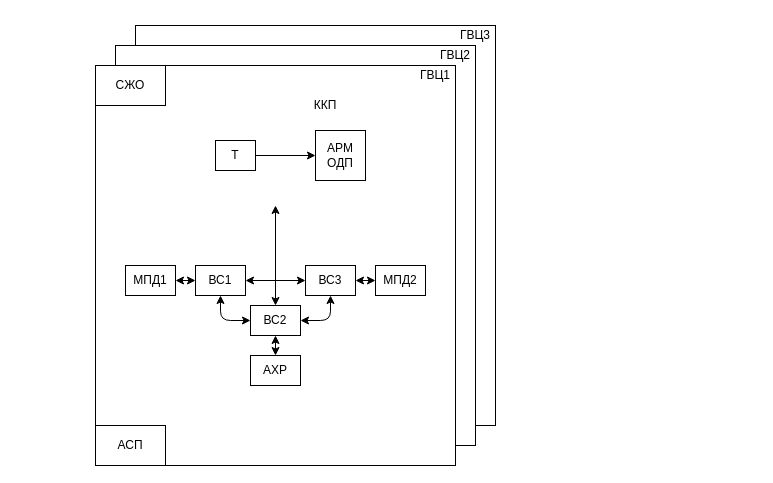
This is Untitled Diagram.drawio from polina-shimolina/open_image, a draw.io file, before an edit. Source tidied: cells renumbered, new cells numbered last; positions are measured from the earlier drawing's top-left corner, leaving out a move shared by most shapes. Both pictures are drawn from the tidied source at 100%, with x=0, y=0 at pixel (95, 25).
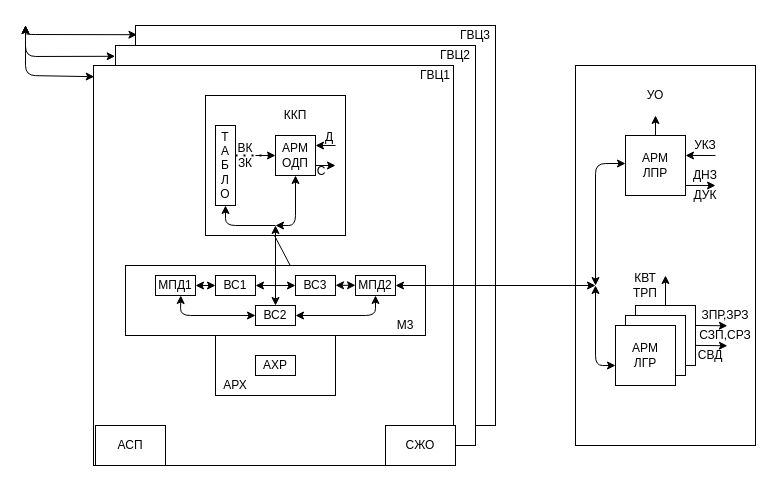
Above is the later version.

The change refers to these unchanged cells:
```xml
<mxCell id="2" style="rounded=0;whiteSpace=wrap;html=1;" parent="1" vertex="1">
  <mxGeometry x="40" width="360" height="400" as="geometry" />
</mxCell>
<mxCell id="3" style="rounded=0;whiteSpace=wrap;html=1;" parent="1" vertex="1">
  <mxGeometry x="20" y="20" width="360" height="400" as="geometry" />
</mxCell>
```

Change to the diagram source:
```diff
@@
     <mxCell id="4" style="rounded=0;whiteSpace=wrap;html=1;" parent="1" vertex="1">
-      <mxGeometry y="40" width="360" height="400" as="geometry" />
+      <mxGeometry x="-2" y="40" width="360" height="400" as="geometry" />
     </mxCell>
@@
     <mxCell id="9" value="СЖО" style="rounded=0;whiteSpace=wrap;html=1;" parent="1" vertex="1">
-      <mxGeometry y="40" width="70" height="40" as="geometry" />
+      <mxGeometry x="290" y="400" width="70" height="40" as="geometry" />
     </mxCell>
-    <mxCell id="10" style="edgeStyle=orthogonalEdgeStyle;rounded=0;jettySize=auto;html=1;" parent="1" edge="1" source="11" target="12">
-      <mxGeometry relative="1" as="geometry" />
-    </mxCell>
-    <mxCell id="11" value="Т" style="rounded=0;whiteSpace=wrap;html=1;" parent="1" vertex="1">
-      <mxGeometry x="120" y="115" width="40" height="30" as="geometry" />
-    </mxCell>
+    <mxCell id="20" style="endArrow=classic;startArrow=classic;html=1;entryX=0;entryY=0.5;entryDx=0;entryDy=0;entryPerimeter=0;exitX=1;exitY=0.5;exitDx=0;exitDy=0;exitPerimeter=0;" parent="1" edge="1">
+      <mxGeometry relative="1" as="geometry">
+        <mxPoint x="150" y="155" as="sourcePoint" />
+        <mxPoint x="200" y="250" as="targetPoint" />
+      </mxGeometry>
+    </mxCell>
+    <mxCell id="27" style="rounded=0;whiteSpace=wrap;html=1;" parent="1" vertex="1">
+      <mxGeometry x="110" y="70" width="140" height="140" as="geometry" />
+    </mxCell>
+    <mxCell id="28" style="rounded=0;whiteSpace=wrap;html=1;" parent="1" vertex="1">
+      <mxGeometry x="30" y="240" width="300" height="70" as="geometry" />
+    </mxCell>
+    <mxCell id="29" style="rounded=0;whiteSpace=wrap;html=1;" parent="1" vertex="1">
+      <mxGeometry x="120" y="310" width="120" height="60" as="geometry" />
+    </mxCell>
+    <mxCell id="30" value="Т&lt;br&gt;А&lt;br&gt;Б&lt;br&gt;Л&lt;br&gt;О" style="rounded=0;whiteSpace=wrap;html=1;" parent="1" vertex="1">
+      <mxGeometry x="120" y="100" width="20" height="80" as="geometry" />
+    </mxCell>
     <mxCell id="12" value="АРМ&lt;br&gt;ОДП" style="whiteSpace=wrap;html=1;" parent="1" vertex="1">
-      <mxGeometry x="220" y="105" width="50" height="50" as="geometry" />
+      <mxGeometry x="180" y="110" width="40" height="40" as="geometry" />
     </mxCell>
     <mxCell id="13" value="МПД1" style="rounded=0;whiteSpace=wrap;html=1;" parent="1" vertex="1">
-      <mxGeometry x="30" y="240" width="50" height="30" as="geometry" />
+      <mxGeometry x="60" y="250" width="40" height="20" as="geometry" />
     </mxCell>
-    <mxCell id="14" value="МПД2" style="rounded=0;whiteSpace=wrap;html=1;" parent="1" vertex="1">
-      <mxGeometry x="280" y="240" width="50" height="30" as="geometry" />
-    </mxCell>
+    <mxCell id="17" value="ВС1" style="rounded=0;whiteSpace=wrap;html=1;" parent="1" vertex="1">
+      <mxGeometry x="120" y="250" width="40" height="20" as="geometry" />
+    </mxCell>
     <mxCell id="15" value="ВС2" style="rounded=0;whiteSpace=wrap;html=1;" parent="1" vertex="1">
-      <mxGeometry x="155" y="280" width="50" height="30" as="geometry" />
+      <mxGeometry x="160" y="280" width="40" height="20" as="geometry" />
     </mxCell>
     <mxCell id="16" value="ВС3" style="rounded=0;whiteSpace=wrap;html=1;" parent="1" vertex="1">
-      <mxGeometry x="210" y="240" width="50" height="30" as="geometry" />
+      <mxGeometry x="200" y="250" width="40" height="20" as="geometry" />
     </mxCell>
-    <mxCell id="17" value="ВС1" style="rounded=0;whiteSpace=wrap;html=1;" parent="1" vertex="1">
-      <mxGeometry x="100" y="240" width="50" height="30" as="geometry" />
-    </mxCell>
+    <mxCell id="14" value="МПД2" style="rounded=0;whiteSpace=wrap;html=1;" parent="1" vertex="1">
+      <mxGeometry x="260" y="250" width="40" height="20" as="geometry" />
+    </mxCell>
     <mxCell id="18" value="АХР" style="rounded=0;whiteSpace=wrap;html=1;" parent="1" vertex="1">
-      <mxGeometry x="155" y="330" width="50" height="30" as="geometry" />
+      <mxGeometry x="160" y="330" width="40" height="20" as="geometry" />
     </mxCell>
-    <mxCell id="19" style="endArrow=classic;startArrow=classic;html=1;entryX=0;entryY=0.5;entryDx=0;entryDy=0;entryPerimeter=0;" parent="1" edge="1" target="17">
-      <mxGeometry relative="1" as="geometry">
-        <mxPoint x="80" y="255" as="sourcePoint" />
-      </mxGeometry>
-    </mxCell>
-    <mxCell id="20" style="endArrow=classic;startArrow=classic;html=1;entryX=0;entryY=0.5;entryDx=0;entryDy=0;entryPerimeter=0;exitX=1;exitY=0.5;exitDx=0;exitDy=0;exitPerimeter=0;" parent="1" edge="1" source="17" target="16">
-      <mxGeometry relative="1" as="geometry" />
-    </mxCell>
-    <mxCell id="21" style="endArrow=classic;startArrow=classic;html=1;exitX=1;exitY=0.5;exitDx=0;exitDy=0;exitPerimeter=0;entryX=0;entryY=0.5;entryDx=0;entryDy=0;entryPerimeter=0;" parent="1" edge="1" source="16" target="14">
-      <mxGeometry relative="1" as="geometry" />
-    </mxCell>
-    <mxCell id="22" style="endArrow=classic;startArrow=classic;html=1;entryX=0.5;entryY=1;entryDx=0;entryDy=0;entryPerimeter=0;exitX=0;exitY=0.5;exitDx=0;exitDy=0;" parent="1" edge="1" source="15" target="17">
-      <mxGeometry relative="1" as="geometry">
-        <Array as="points">
-          <mxPoint x="125" y="295" />
-        </Array>
-      </mxGeometry>
-    </mxCell>
-    <mxCell id="23" style="endArrow=classic;startArrow=classic;html=1;exitX=1;exitY=0.5;exitDx=0;exitDy=0;entryX=0.5;entryY=1;entryDx=0;entryDy=0;" parent="1" edge="1" source="15" target="16">
-      <mxGeometry relative="1" as="geometry">
-        <Array as="points">
-          <mxPoint x="235" y="295" />
-        </Array>
-      </mxGeometry>
-    </mxCell>
-    <mxCell id="24" style="endArrow=classic;startArrow=classic;html=1;exitX=0.5;exitY=0;exitDx=0;exitDy=0;entryX=0.5;entryY=1;entryDx=0;entryDy=0;" parent="1" edge="1" source="18" target="15">
-      <mxGeometry relative="1" as="geometry" />
-    </mxCell>
+    <mxCell id="31" style="endArrow=none;dashed=1;html=1;dashPattern=1 3;strokeWidth=2;exitX=1;exitY=0.375;exitDx=0;exitDy=0;exitPerimeter=0;entryX=0;entryY=0.5;entryDx=0;entryDy=0;entryPerimeter=0;" parent="1" edge="1" source="30" target="12">
+      <mxGeometry relative="1" as="geometry" />
+    </mxCell>
+    <mxCell id="32" style="endArrow=classic;html=1;entryX=0;entryY=0.5;entryDx=0;entryDy=0;" parent="1" edge="1" target="12">
+      <mxGeometry relative="1" as="geometry">
+        <mxPoint x="160" y="130" as="sourcePoint" />
+      </mxGeometry>
+    </mxCell>
+    <mxCell id="33" style="endArrow=classic;html=1;entryX=1;entryY=0.25;entryDx=0;entryDy=0;entryPerimeter=0;" parent="1" edge="1" target="12">
+      <mxGeometry relative="1" as="geometry">
+        <mxPoint x="240" y="120" as="sourcePoint" />
+      </mxGeometry>
+    </mxCell>
+    <mxCell id="34" style="endArrow=classic;html=1;exitX=1;exitY=0.75;exitDx=0;exitDy=0;exitPerimeter=0;" parent="1" edge="1" source="12">
+      <mxGeometry relative="1" as="geometry">
+        <mxPoint x="240" y="140" as="targetPoint" />
+      </mxGeometry>
+    </mxCell>
+    <mxCell id="35" value="ВК&lt;br&gt;ЗК" style="text;html=1;strokeColor=none;fillColor=none;align=center;verticalAlign=middle;whiteSpace=wrap;rounded=0;" parent="1" vertex="1">
+      <mxGeometry x="130" y="120" width="40" height="20" as="geometry" />
+    </mxCell>
     <mxCell id="25" value="ККП" style="text;html=1;strokeColor=none;fillColor=none;align=center;verticalAlign=middle;whiteSpace=wrap;rounded=0;" parent="1" vertex="1">
-      <mxGeometry x="210" y="70" width="40" height="20" as="geometry" />
+      <mxGeometry x="180" y="80" width="40" height="20" as="geometry" />
     </mxCell>
-    <mxCell id="26" style="endArrow=classic;startArrow=classic;html=1;exitX=0.5;exitY=0;exitDx=0;exitDy=0;exitPerimeter=0;" parent="1" edge="1" source="15">
-      <mxGeometry relative="1" as="geometry">
-        <mxPoint x="180" y="180" as="targetPoint" />
-      </mxGeometry>
-    </mxCell>
+    <mxCell id="36" value="С" style="text;html=1;strokeColor=none;fillColor=none;align=center;verticalAlign=middle;whiteSpace=wrap;rounded=0;" parent="1" vertex="1">
+      <mxGeometry x="216" y="136" width="20" height="20" as="geometry" />
+    </mxCell>
+    <mxCell id="37" style="endArrow=classic;startArrow=classic;html=1;exitX=1;exitY=0.5;exitDx=0;exitDy=0;exitPerimeter=0;entryX=0;entryY=0.5;entryDx=0;entryDy=0;entryPerimeter=0;" parent="1" edge="1" source="13" target="17">
+      <mxGeometry relative="1" as="geometry" />
+    </mxCell>
+    <mxCell id="38" style="endArrow=classic;startArrow=classic;html=1;exitX=1;exitY=0.5;exitDx=0;exitDy=0;exitPerimeter=0;entryX=0;entryY=0.5;entryDx=0;entryDy=0;entryPerimeter=0;" parent="1" edge="1">
+      <mxGeometry relative="1" as="geometry">
+        <mxPoint x="240" y="259.8" as="sourcePoint" />
+        <mxPoint x="260" y="259.8" as="targetPoint" />
+      </mxGeometry>
+    </mxCell>
+    <mxCell id="39" style="endArrow=classic;startArrow=classic;html=1;exitX=1;exitY=0.5;exitDx=0;exitDy=0;entryX=0;entryY=0.5;entryDx=0;entryDy=0;" parent="1" edge="1" source="17" target="16">
+      <mxGeometry relative="1" as="geometry" />
+    </mxCell>
+    <mxCell id="40" style="endArrow=classic;startArrow=classic;html=1;exitX=0.632;exitY=1;exitDx=0;exitDy=0;exitPerimeter=0;entryX=0;entryY=0.5;entryDx=0;entryDy=0;" parent="1" edge="1" source="13" target="15">
+      <mxGeometry relative="1" as="geometry">
+        <Array as="points">
+          <mxPoint x="85" y="290" />
+        </Array>
+      </mxGeometry>
+    </mxCell>
+    <mxCell id="41" style="endArrow=classic;startArrow=classic;html=1;exitX=0.5;exitY=1;exitDx=0;exitDy=0;entryX=1;entryY=0.5;entryDx=0;entryDy=0;" parent="1" edge="1" source="14" target="15">
+      <mxGeometry relative="1" as="geometry">
+        <Array as="points">
+          <mxPoint x="280" y="290" />
+        </Array>
+      </mxGeometry>
+    </mxCell>
+    <mxCell id="42" style="endArrow=classic;startArrow=classic;html=1;exitX=0.5;exitY=0;exitDx=0;exitDy=0;" parent="1" edge="1" source="15">
+      <mxGeometry relative="1" as="geometry">
+        <mxPoint x="180" y="200" as="targetPoint" />
+      </mxGeometry>
+    </mxCell>
+    <mxCell id="43" style="endArrow=classic;startArrow=classic;html=1;entryX=0.5;entryY=1;entryDx=0;entryDy=0;entryPerimeter=0;" parent="1" edge="1" target="12">
+      <mxGeometry relative="1" as="geometry">
+        <mxPoint x="180" y="200" as="sourcePoint" />
+        <Array as="points">
+          <mxPoint x="200" y="200" />
+        </Array>
+      </mxGeometry>
+    </mxCell>
+    <mxCell id="44" style="endArrow=classic;html=1;entryX=0.5;entryY=1;entryDx=0;entryDy=0;entryPerimeter=0;" parent="1" edge="1" target="30">
+      <mxGeometry relative="1" as="geometry">
+        <mxPoint x="180" y="200" as="sourcePoint" />
+        <Array as="points">
+          <mxPoint x="130" y="200" />
+        </Array>
+      </mxGeometry>
+    </mxCell>
+    <mxCell id="45" value="Д" style="text;html=1;strokeColor=none;fillColor=none;align=center;verticalAlign=middle;whiteSpace=wrap;rounded=0;" parent="1" vertex="1">
+      <mxGeometry x="214" y="102" width="40" height="20" as="geometry" />
+    </mxCell>
+    <mxCell id="46" value="М3" style="text;html=1;strokeColor=none;fillColor=none;align=center;verticalAlign=middle;whiteSpace=wrap;rounded=0;" parent="1" vertex="1">
+      <mxGeometry x="290" y="290" width="40" height="20" as="geometry" />
+    </mxCell>
+    <mxCell id="47" value="АРХ" style="text;html=1;strokeColor=none;fillColor=none;align=center;verticalAlign=middle;whiteSpace=wrap;rounded=0;" parent="1" vertex="1">
+      <mxGeometry x="120" y="350" width="40" height="20" as="geometry" />
+    </mxCell>
+    <mxCell id="48" style="rounded=0;whiteSpace=wrap;html=1;" parent="1" vertex="1">
+      <mxGeometry x="480" y="40" width="180" height="380" as="geometry" />
+    </mxCell>
+    <mxCell id="49" value="УО" style="text;html=1;strokeColor=none;fillColor=none;align=center;verticalAlign=middle;whiteSpace=wrap;rounded=0;" parent="1" vertex="1">
+      <mxGeometry x="540" y="60" width="40" height="20" as="geometry" />
+    </mxCell>
+    <mxCell id="50" value="АРМ&lt;br&gt;ЛПР" style="rounded=0;whiteSpace=wrap;html=1;" parent="1" vertex="1">
+      <mxGeometry x="530" y="110" width="60" height="60" as="geometry" />
+    </mxCell>
+    <mxCell id="51" style="rounded=0;whiteSpace=wrap;html=1;" parent="1" vertex="1">
+      <mxGeometry x="540" y="280" width="60" height="60" as="geometry" />
+    </mxCell>
+    <mxCell id="52" style="rounded=0;whiteSpace=wrap;html=1;" parent="1" vertex="1">
+      <mxGeometry x="530" y="290" width="60" height="60" as="geometry" />
+    </mxCell>
+    <mxCell id="53" value="АРМ&lt;br&gt;ЛГР" style="rounded=0;whiteSpace=wrap;html=1;" parent="1" vertex="1">
+      <mxGeometry x="520" y="300" width="60" height="60" as="geometry" />
+    </mxCell>
+    <mxCell id="54" style="endArrow=classic;startArrow=classic;html=1;exitX=1;exitY=0.5;exitDx=0;exitDy=0;exitPerimeter=0;" parent="1" edge="1" source="14">
+      <mxGeometry relative="1" as="geometry">
+        <mxPoint x="500" y="260" as="targetPoint" />
+      </mxGeometry>
+    </mxCell>
+    <mxCell id="55" style="endArrow=classic;startArrow=classic;html=1;entryX=0;entryY=0.467;entryDx=0;entryDy=0;entryPerimeter=0;" parent="1" edge="1" target="50">
+      <mxGeometry relative="1" as="geometry">
+        <mxPoint x="500" y="260" as="sourcePoint" />
+        <Array as="points">
+          <mxPoint x="500" y="138" />
+        </Array>
+      </mxGeometry>
+    </mxCell>
+    <mxCell id="56" style="endArrow=classic;startArrow=classic;html=1;entryX=0;entryY=0.667;entryDx=0;entryDy=0;entryPerimeter=0;" parent="1" edge="1" target="53">
+      <mxGeometry relative="1" as="geometry">
+        <mxPoint x="500" y="260" as="sourcePoint" />
+        <Array as="points">
+          <mxPoint x="500" y="340" />
+        </Array>
+      </mxGeometry>
+    </mxCell>
+    <mxCell id="57" style="endArrow=classic;html=1;" parent="1" edge="1">
+      <mxGeometry relative="1" as="geometry">
+        <mxPoint x="560" y="110" as="sourcePoint" />
+        <mxPoint x="560" y="90" as="targetPoint" />
+      </mxGeometry>
+    </mxCell>
+    <mxCell id="58" style="endArrow=classic;html=1;entryX=1;entryY=0.333;entryDx=0;entryDy=0;entryPerimeter=0;" parent="1" edge="1" target="50">
+      <mxGeometry relative="1" as="geometry">
+        <mxPoint x="620" y="130" as="sourcePoint" />
+      </mxGeometry>
+    </mxCell>
+    <mxCell id="59" style="endArrow=classic;html=1;exitX=1;exitY=0.833;exitDx=0;exitDy=0;exitPerimeter=0;" parent="1" edge="1" source="50">
+      <mxGeometry relative="1" as="geometry">
+        <mxPoint x="620" y="160" as="targetPoint" />
+      </mxGeometry>
+    </mxCell>
+    <mxCell id="60" style="endArrow=classic;html=1;exitX=0.5;exitY=0;exitDx=0;exitDy=0;exitPerimeter=0;" parent="1" edge="1" source="51">
+      <mxGeometry relative="1" as="geometry">
+        <mxPoint x="570" y="250" as="targetPoint" />
+      </mxGeometry>
+    </mxCell>
+    <mxCell id="61" style="endArrow=classic;html=1;exitX=1;exitY=0.333;exitDx=0;exitDy=0;exitPerimeter=0;entryX=0.547;entryY=1.014;entryDx=0;entryDy=0;entryPerimeter=0;" parent="1" edge="1" source="51" target="68">
+      <mxGeometry relative="1" as="geometry" />
+    </mxCell>
+    <mxCell id="62" value="УКЗ" style="text;html=1;strokeColor=none;fillColor=none;align=center;verticalAlign=middle;whiteSpace=wrap;rounded=0;" parent="1" vertex="1">
+      <mxGeometry x="590" y="110" width="40" height="20" as="geometry" />
+    </mxCell>
+    <mxCell id="63" value="ДНЗ" style="text;html=1;strokeColor=none;fillColor=none;align=center;verticalAlign=middle;whiteSpace=wrap;rounded=0;" parent="1" vertex="1">
+      <mxGeometry x="590" y="140" width="40" height="20" as="geometry" />
+    </mxCell>
+    <mxCell id="64" value="ДУК" style="text;html=1;strokeColor=none;fillColor=none;align=center;verticalAlign=middle;whiteSpace=wrap;rounded=0;" parent="1" vertex="1">
+      <mxGeometry x="590" y="160" width="40" height="20" as="geometry" />
+    </mxCell>
+    <mxCell id="65" value="КВТ&lt;br&gt;ТРП" style="text;html=1;strokeColor=none;fillColor=none;align=center;verticalAlign=middle;whiteSpace=wrap;rounded=0;" parent="1" vertex="1">
+      <mxGeometry x="530" y="250" width="40" height="20" as="geometry" />
+    </mxCell>
+    <mxCell id="66" style="endArrow=classic;html=1;exitX=1;exitY=0.333;exitDx=0;exitDy=0;exitPerimeter=0;entryX=0.547;entryY=1.014;entryDx=0;entryDy=0;entryPerimeter=0;" parent="1" edge="1" target="67">
+      <mxGeometry relative="1" as="geometry">
+        <mxPoint x="600" y="319.9" as="sourcePoint" />
+      </mxGeometry>
+    </mxCell>
+    <mxCell id="67" value="СЗП,СРЗ" style="text;html=1;strokeColor=none;fillColor=none;align=center;verticalAlign=middle;whiteSpace=wrap;rounded=0;" parent="1" vertex="1">
+      <mxGeometry x="610" y="300" width="40" height="20" as="geometry" />
+    </mxCell>
+    <mxCell id="68" value="ЗПР,ЗРЗ" style="text;html=1;strokeColor=none;fillColor=none;align=center;verticalAlign=middle;whiteSpace=wrap;rounded=0;" parent="1" vertex="1">
+      <mxGeometry x="610" y="280" width="40" height="20" as="geometry" />
+    </mxCell>
+    <mxCell id="69" value="СВД" style="text;html=1;strokeColor=none;fillColor=none;align=center;verticalAlign=middle;whiteSpace=wrap;rounded=0;" parent="1" vertex="1">
+      <mxGeometry x="595" y="320" width="40" height="20" as="geometry" />
+    </mxCell>
+    <mxCell id="70" style="endArrow=classic;startArrow=classic;html=1;entryX=-0.001;entryY=0.027;entryDx=0;entryDy=0;entryPerimeter=0;" parent="1" edge="1" target="3">
+      <mxGeometry relative="1" as="geometry">
+        <mxPoint x="-70" as="sourcePoint" />
+        <Array as="points">
+          <mxPoint x="-70" y="31" />
+        </Array>
+      </mxGeometry>
+    </mxCell>
+    <mxCell id="71" style="endArrow=classic;startArrow=classic;html=1;entryX=0.002;entryY=0.028;entryDx=0;entryDy=0;entryPerimeter=0;" parent="1" edge="1" target="4">
+      <mxGeometry relative="1" as="geometry">
+        <mxPoint x="-70" as="sourcePoint" />
+        <Array as="points">
+          <mxPoint x="-70" y="50" />
+        </Array>
+      </mxGeometry>
+    </mxCell>
+    <mxCell id="72" style="endArrow=classic;startArrow=classic;html=1;entryX=0.004;entryY=0.023;entryDx=0;entryDy=0;entryPerimeter=0;" parent="1" edge="1" target="2">
+      <mxGeometry relative="1" as="geometry">
+        <mxPoint x="-70" as="sourcePoint" />
+        <Array as="points">
+          <mxPoint x="-70" y="9" />
+        </Array>
+      </mxGeometry>
+    </mxCell>
```
